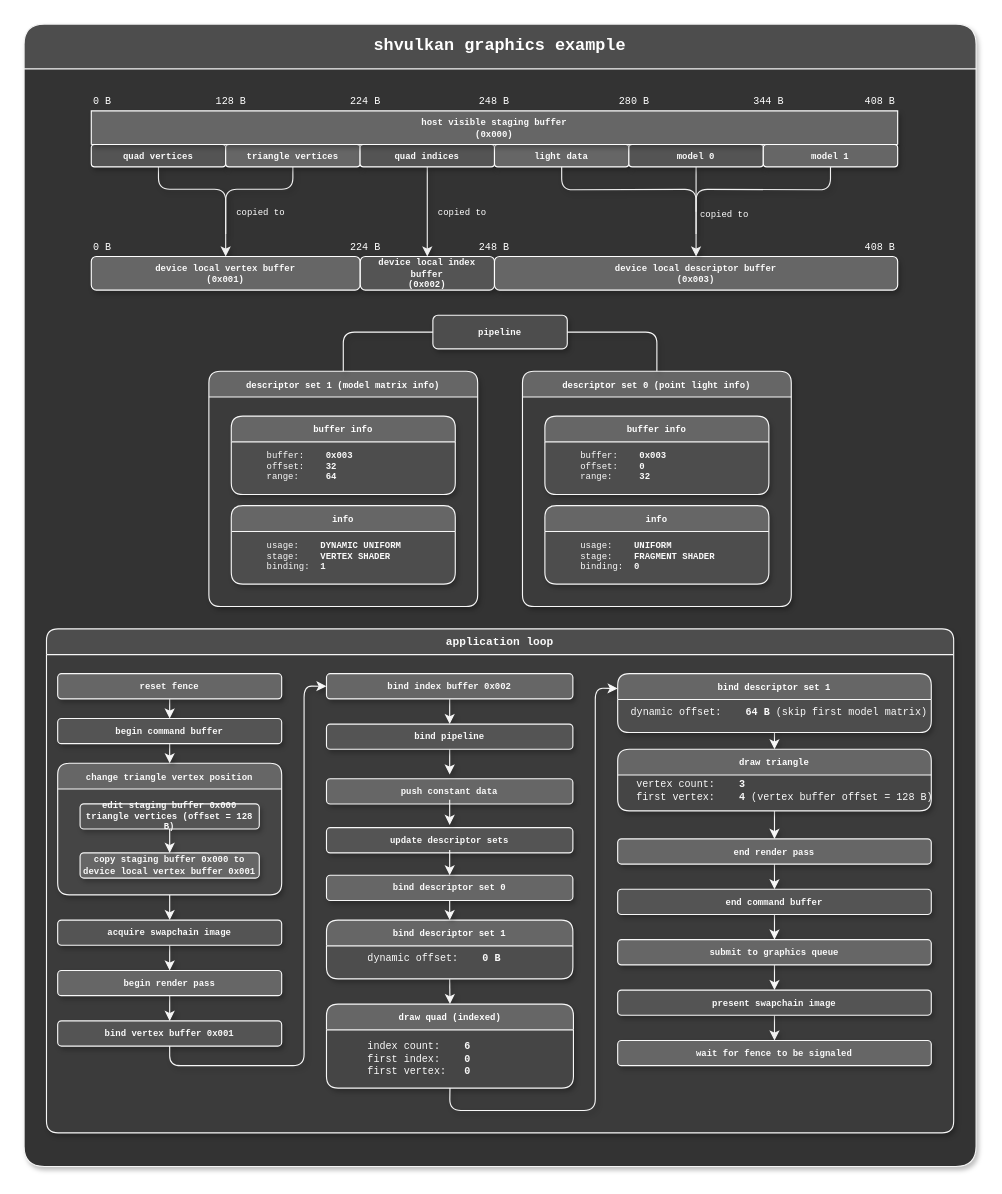
The draw.io diagram examples/diagrams/shvulkan graphics.drawio in MrSinho/shvulkan, before the edit. Source tidied: cells renumbered, new cells numbered last; positions are measured from the earlier drawing's top-left corner, leaving out a move shared by most shapes. Both pictures are drawn from the tidied source at 112%, with x=0, y=0 at pixel (24, 24).
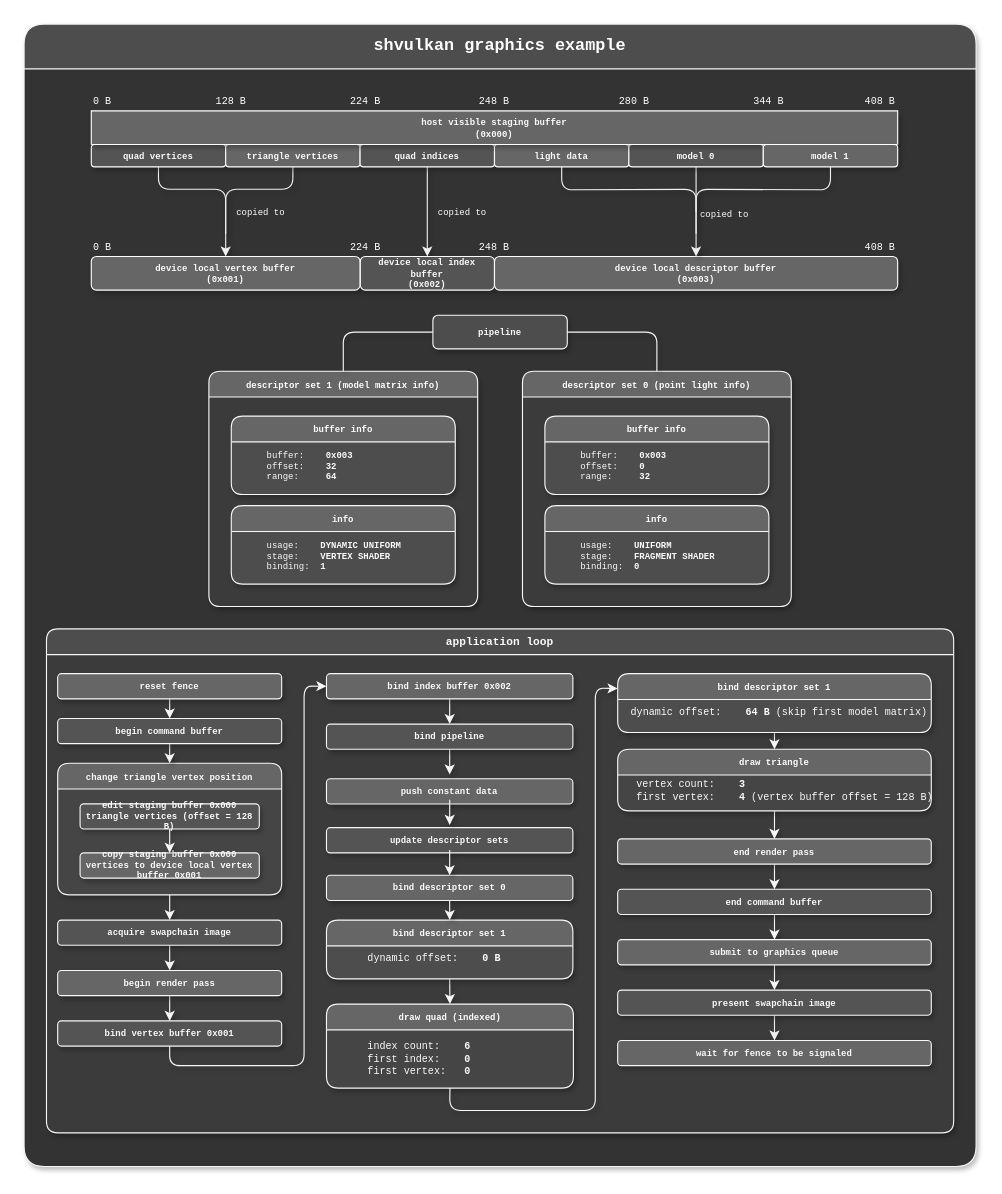
Above is the later version.

The edit, as a diff of the source:
```diff
@@
-    <mxCell id="89" value="copy staging buffer 0x000 to device local vertex buffer 0x001" style="whiteSpace=wrap;html=1;align=center;fontFamily=consolas;fontSize=8;fontStyle=1;fillColor=#666666;fontColor=#FAFAFA;strokeColor=#F7F7F7;rounded=1;shadow=1;labelBackgroundColor=none;" parent="1" vertex="1">
+    <mxCell id="89" value="copy staging buffer 0x000 vertices to device local vertex buffer 0x001" style="whiteSpace=wrap;html=1;align=center;fontFamily=consolas;fontSize=8;fontStyle=1;fillColor=#666666;fontColor=#FAFAFA;strokeColor=#F7F7F7;rounded=1;shadow=1;labelBackgroundColor=none;" parent="1" vertex="1">
       <mxGeometry x="50" y="740" width="160" height="22.5" as="geometry" />
     </mxCell>
```
